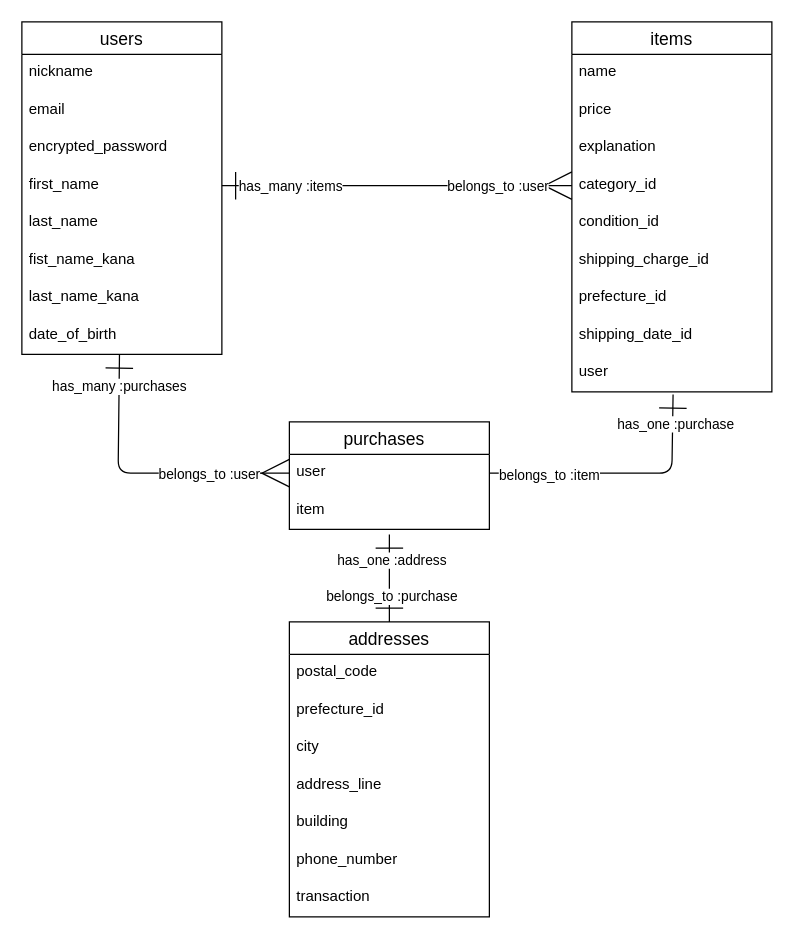
Earlier version of the draw.io diagram ER.dio (soichiroooo/furima-38688). Source tidied: cells renumbered, new cells numbered last; positions are measured from the earlier drawing's top-left corner, leaving out a move shared by most shapes. Both pictures are drawn from the tidied source at 125%, with x=0, y=0 at pixel (21, 21).
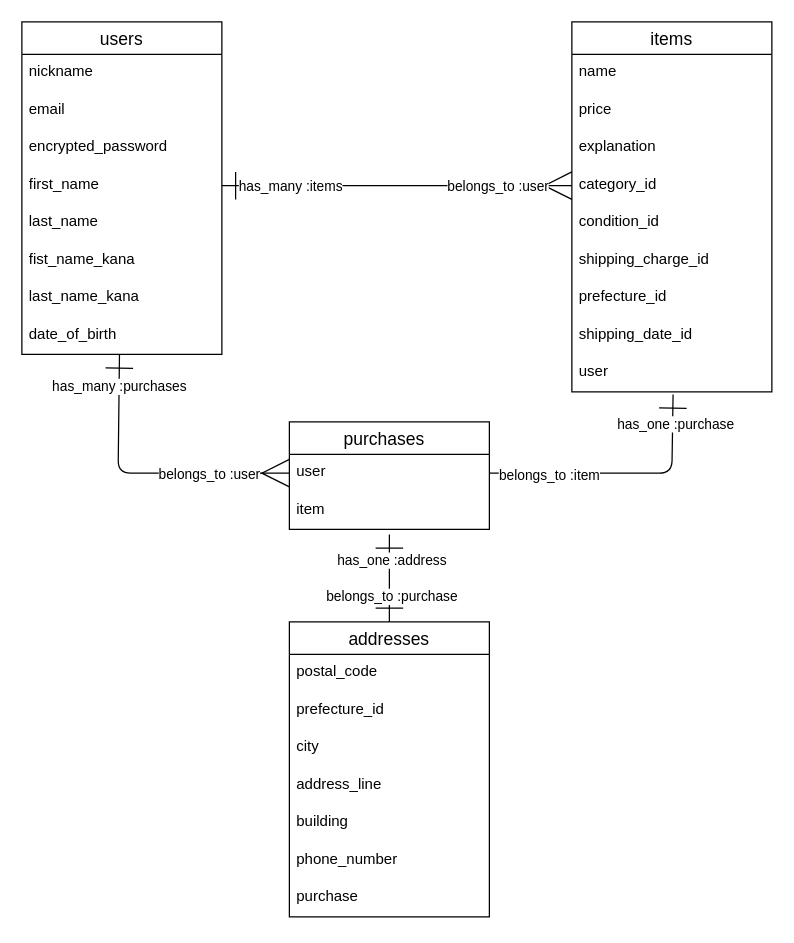
After the change.

Commit message (it also covers changes not shown here):
ER図内のカラム名修正

addressesテーブルのカラム名をtransaction→purchaseへ変更。

The change refers to these unchanged cells:
```xml
<mxCell id="27" value="addresses" style="swimlane;fontStyle=0;horizontal=1;startSize=26;align=center;fontSize=14;swimlaneFillColor=default;" parent="1" vertex="1">
  <mxGeometry x="214" y="480" width="160" height="236" as="geometry" />
</mxCell>
```

The edit, as a diff of the source:
```diff
@@
-    <mxCell id="34" value="transaction" style="text;strokeColor=none;fillColor=none;spacingLeft=4;spacingRight=4;overflow=hidden;fontSize=12;" parent="27" vertex="1">
+    <mxCell id="34" value="purchase" style="text;strokeColor=none;fillColor=none;spacingLeft=4;spacingRight=4;overflow=hidden;fontSize=12;" parent="27" vertex="1">
       <mxGeometry y="206" width="160" height="30" as="geometry" />
     </mxCell>
```
